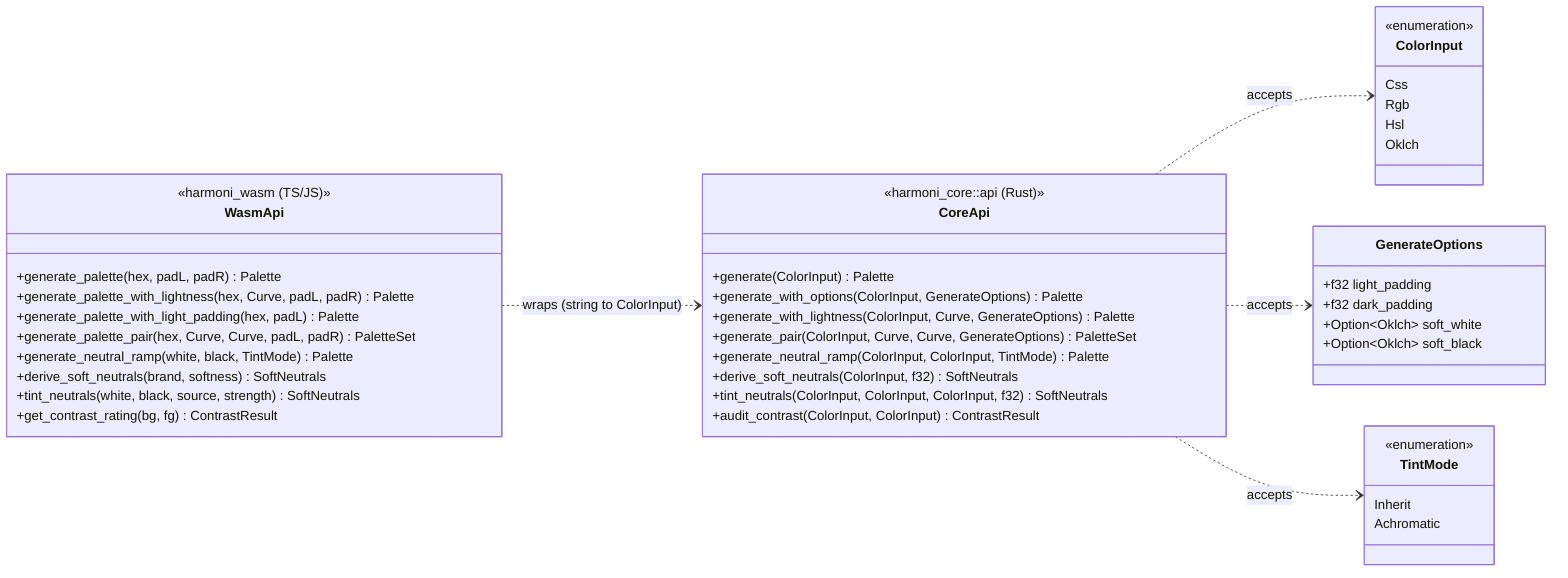
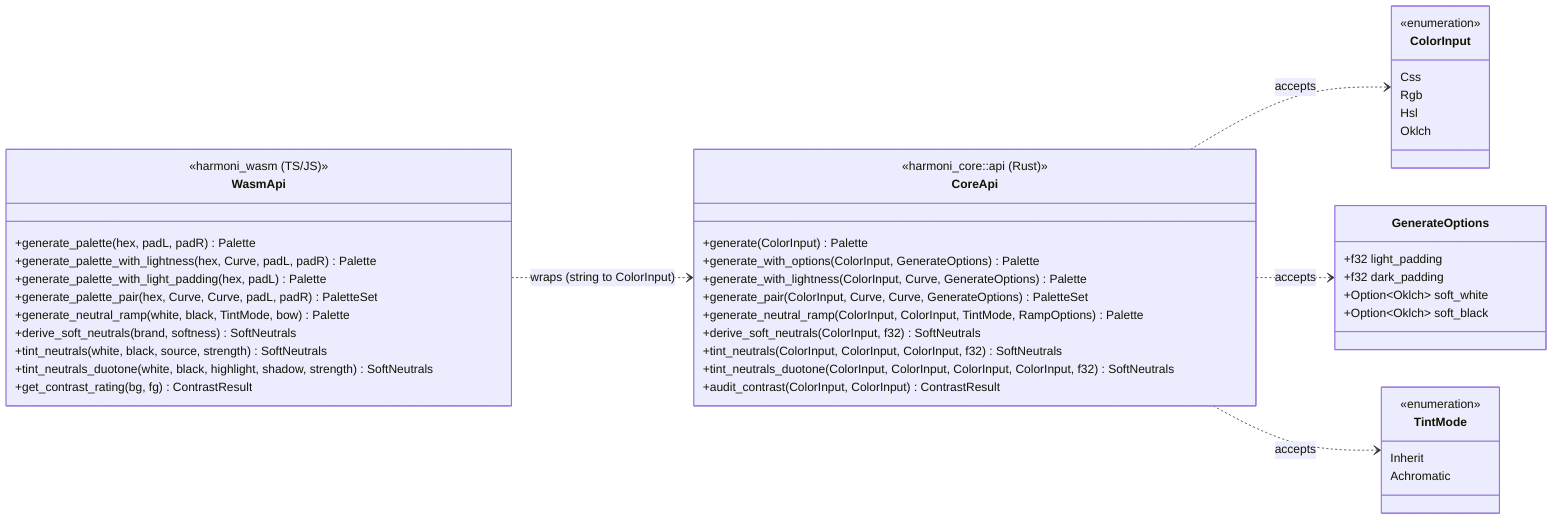
%% Harmoni API surface — View 1: the two ways in (entry points + inputs).
%% Same capabilities via two facades: pure-Rust harmoni_core::api and the
%% harmoni_wasm #[wasm_bindgen] layer (a thin string/number wrapper over it).
%% Every CoreApi method returns Result<…, ColorInputError> (omitted below).
%% Curve = a 10-element lightness array ([f32; 10] in Rust, number[] in TS).
classDiagram
    direction LR
    class CoreApi {
        <<harmoni_core::api (Rust)>>
        +generate(ColorInput) Palette
        +generate_with_options(ColorInput, GenerateOptions) Palette
        +generate_with_lightness(ColorInput, Curve, GenerateOptions) Palette
        +generate_pair(ColorInput, Curve, Curve, GenerateOptions) PaletteSet
-         +generate_neutral_ramp(ColorInput, ColorInput, TintMode) Palette
+         +generate_neutral_ramp(ColorInput, ColorInput, TintMode, RampOptions) Palette
        +derive_soft_neutrals(ColorInput, f32) SoftNeutrals
        +tint_neutrals(ColorInput, ColorInput, ColorInput, f32) SoftNeutrals
+         +tint_neutrals_duotone(ColorInput, ColorInput, ColorInput, ColorInput, f32) SoftNeutrals
        +audit_contrast(ColorInput, ColorInput) ContrastResult
    }
    class WasmApi {
        <<harmoni_wasm (TS/JS)>>
        +generate_palette(hex, padL, padR) Palette
        +generate_palette_with_lightness(hex, Curve, padL, padR) Palette
        +generate_palette_with_light_padding(hex, padL) Palette
        +generate_palette_pair(hex, Curve, Curve, padL, padR) PaletteSet
-         +generate_neutral_ramp(white, black, TintMode) Palette
+         +generate_neutral_ramp(white, black, TintMode, bow) Palette
        +derive_soft_neutrals(brand, softness) SoftNeutrals
        +tint_neutrals(white, black, source, strength) SoftNeutrals
+         +tint_neutrals_duotone(white, black, highlight, shadow, strength) SoftNeutrals
        +get_contrast_rating(bg, fg) ContrastResult
    }
    class ColorInput {
        <<enumeration>>
        Css
        Rgb
        Hsl
        Oklch
    }
    class GenerateOptions {
        +f32 light_padding
        +f32 dark_padding
        +Option~Oklch~ soft_white
        +Option~Oklch~ soft_black
    }
    class TintMode {
        <<enumeration>>
        Inherit
        Achromatic
    }
    WasmApi ..> CoreApi : wraps (string to ColorInput)
    CoreApi ..> ColorInput : accepts
    CoreApi ..> GenerateOptions : accepts
    CoreApi ..> TintMode : accepts
